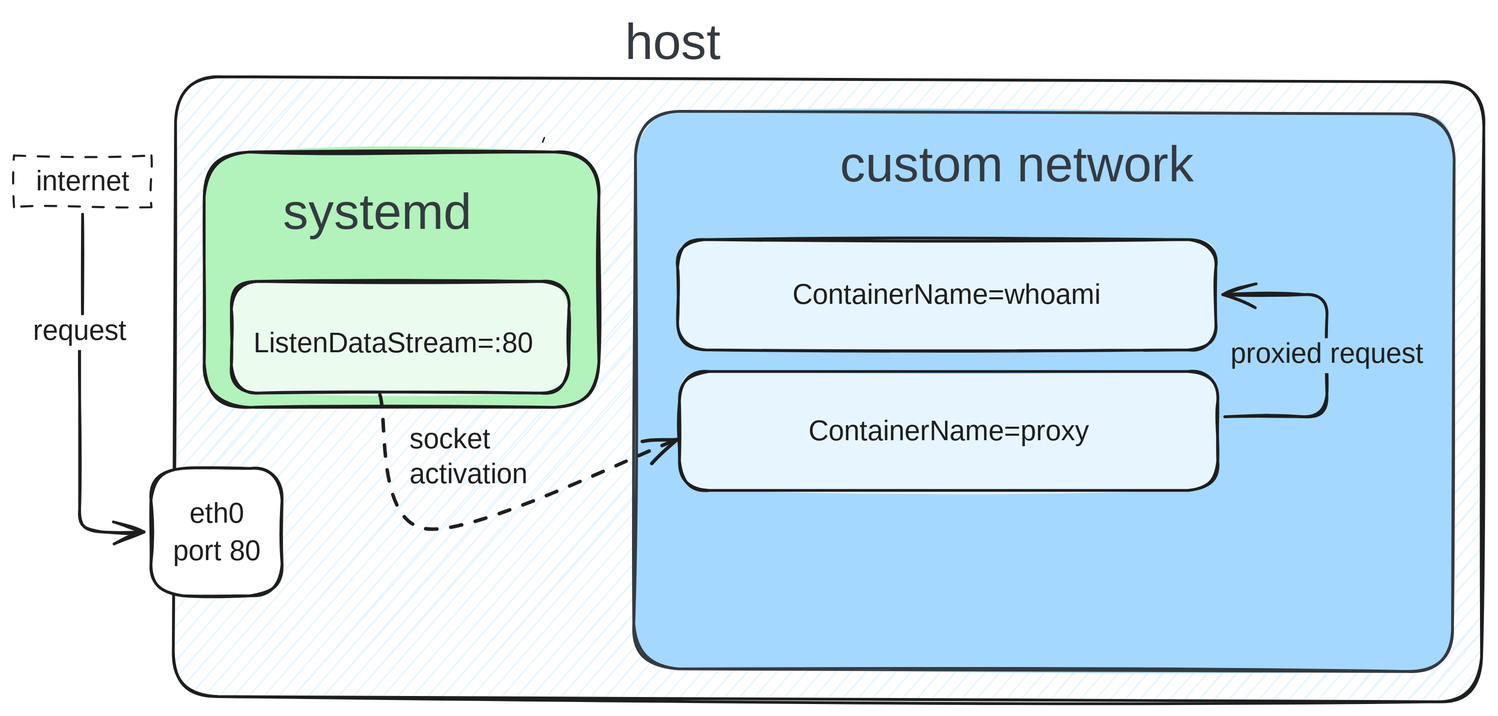
Earlier version of the Excalidraw export graphics/proxy.excalidraw.svg (eriksjolund/podman-networking-docs). Source tidied: one line per element, renumbered; positions are measured from the earlier drawing's top-left corner, leaving out a move shared by most shapes.
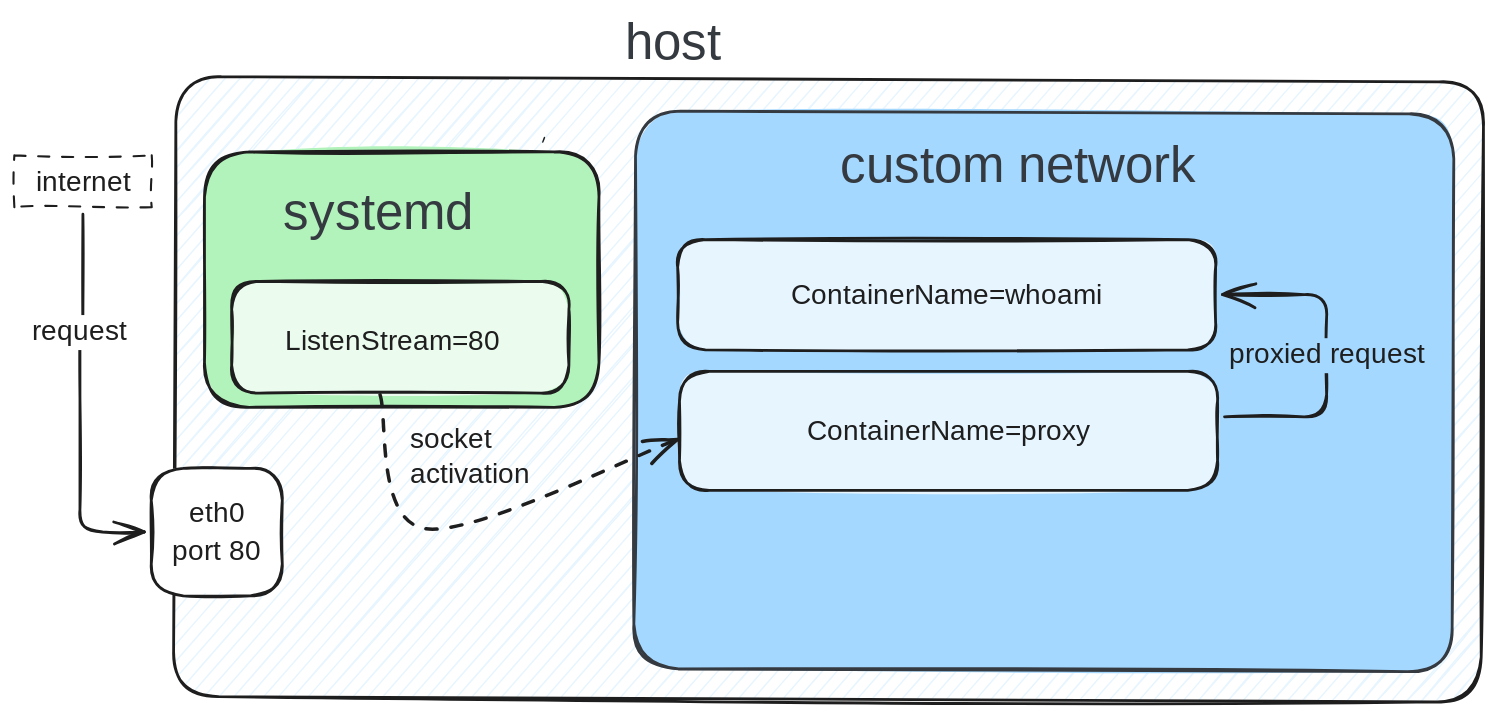
After the commit.

Commit message:
Reverse proxy: adjust ListenStream= in graphics

Fix typo:
ListenDataStream -> ListenStream

Remove unnecessary colon before port number.

Diff of the diagram source:
```diff
@@ -9,13 +9,13 @@
 {"id": 8, "type": "rectangle", "strokeColor": "#1e1e1e", "backgroundColor": "#b2f2bb", "fillStyle": "solid", "strokeWidth": 2, "roughness": 1, "round": true, "x": 136, "y": 99, "width": 282, "height": 182}
 {"id": 9, "type": "text", "text": "systemd", "strokeColor": "#343a40", "backgroundColor": "#ffec99", "fillStyle": "cross-hatch", "strokeWidth": 2, "roughness": 1, "fontSize": 36.23, "fontFamily": 5, "x": 192, "y": 122, "width": 144, "height": 45}
 {"id": 10, "type": "rectangle", "strokeColor": "#1e1e1e", "backgroundColor": "#ebfbee", "fillStyle": "solid", "strokeWidth": 2, "roughness": 1, "round": true, "x": 155, "y": 191, "width": 241, "height": 80}
-{"id": 11, "type": "text", "text": "ListenDataStream=:80", "strokeColor": "#1e1e1e", "backgroundColor": "#ffec99", "fillStyle": "solid", "strokeWidth": 2, "roughness": 1, "fontSize": 20, "fontFamily": 6, "x": 171, "y": 222, "width": 204, "height": 27}
+{"id": 11, "type": "text", "text": "ListenStream=80", "strokeColor": "#1e1e1e", "backgroundColor": "#ffec99", "fillStyle": "solid", "strokeWidth": 2, "roughness": 1, "fontSize": 20, "fontFamily": 6, "x": 193, "y": 220, "width": 156, "height": 27}
 {"id": 12, "type": "arrow", "strokeColor": "#1e1e1e", "backgroundColor": "#ffec99", "fillStyle": "solid", "strokeWidth": 2, "strokeStyle": "dashed", "roughness": 1, "endArrowhead": "arrow", "round": true, "from": 10, "to": 6, "x": 260, "y": 272, "width": 213, "height": 97, "points": [[0, 0], [34, 97], [213, 33]]}
 {"id": 13, "type": "text", "text": "socket\nactivation", "strokeColor": "#1e1e1e", "backgroundColor": "#ffec99", "fillStyle": "solid", "strokeWidth": 2, "roughness": 1, "fontSize": 20, "fontFamily": 5, "x": 282, "y": 293, "width": 97, "height": 50}
 {"id": 14, "type": "arrow", "strokeColor": "#1e1e1e", "backgroundColor": "#ebfbee", "fillStyle": "solid", "strokeWidth": 2, "roughness": 1, "endArrowhead": "arrow", "from": 21, "to": 18, "x": 49, "y": 143, "width": 46, "height": 227, "points": [[0, 0], [0, 85], [-2, 85], [-2, 227], [44, 227]]}
-{"id": 15, "type": "text", "text": "request", "strokeColor": "#1e1e1e", "backgroundColor": "#ebfbee", "fillStyle": "solid", "strokeWidth": 2, "roughness": 1, "fontSize": 20, "fontFamily": 5, "textAlign": "center", "verticalAlign": "middle", "inside": 14, "x": 288, "y": 432, "width": 73, "height": 25}
+{"id": 15, "type": "text", "text": "request", "strokeColor": "#1e1e1e", "backgroundColor": "#ebfbee", "fillStyle": "solid", "strokeWidth": 2, "roughness": 1, "fontSize": 20, "fontFamily": 5, "textAlign": "center", "verticalAlign": "middle", "inside": 14, "x": 10, "y": 215, "width": 73, "height": 25}
 {"id": 16, "type": "arrow", "strokeColor": "#1e1e1e", "backgroundColor": "#ebfbee", "fillStyle": "solid", "strokeWidth": 2, "roughness": 1, "endArrowhead": "arrow", "from": 6, "to": 2, "x": 865, "y": 288, "width": 74, "height": 87, "points": [[0, 0], [73, 0], [73, -87], [-1, -87]]}
-{"id": 17, "type": "text", "text": "proxied request", "strokeColor": "#1e1e1e", "backgroundColor": "#ebfbee", "fillStyle": "solid", "strokeWidth": 2, "roughness": 1, "fontSize": 20, "fontFamily": 5, "textAlign": "center", "verticalAlign": "middle", "inside": 16, "x": 819, "y": 233, "width": 151, "height": 25}
+{"id": 17, "type": "text", "text": "proxied request", "strokeColor": "#1e1e1e", "backgroundColor": "#ebfbee", "fillStyle": "solid", "strokeWidth": 2, "roughness": 1, "fontSize": 20, "fontFamily": 5, "textAlign": "center", "verticalAlign": "middle", "inside": 16, "x": 862, "y": 232, "width": 151, "height": 25}
 {"id": 18, "type": "rectangle", "strokeColor": "#1e1e1e", "backgroundColor": "#ffffff", "fillStyle": "solid", "strokeWidth": 2, "roughness": 1, "round": true, "x": 98, "y": 325, "width": 94, "height": 91}
 {"id": 19, "type": "text", "text": "eth0\nport 80", "strokeColor": "#1e1e1e", "backgroundColor": "#ffffff", "fillStyle": "solid", "strokeWidth": 2, "roughness": 1, "fontSize": 20, "fontFamily": 6, "textAlign": "center", "verticalAlign": "middle", "inside": 18, "x": 111, "y": 343, "width": 67, "height": 54}
 {"id": 20, "type": "line", "strokeColor": "#1e1e1e", "backgroundColor": "#ffffff", "fillStyle": "solid", "strokeWidth": 1, "roughness": 1, "x": 379, "y": 88, "width": 1, "height": 3, "points": [[0, 0], [-1, 3]]}
```
